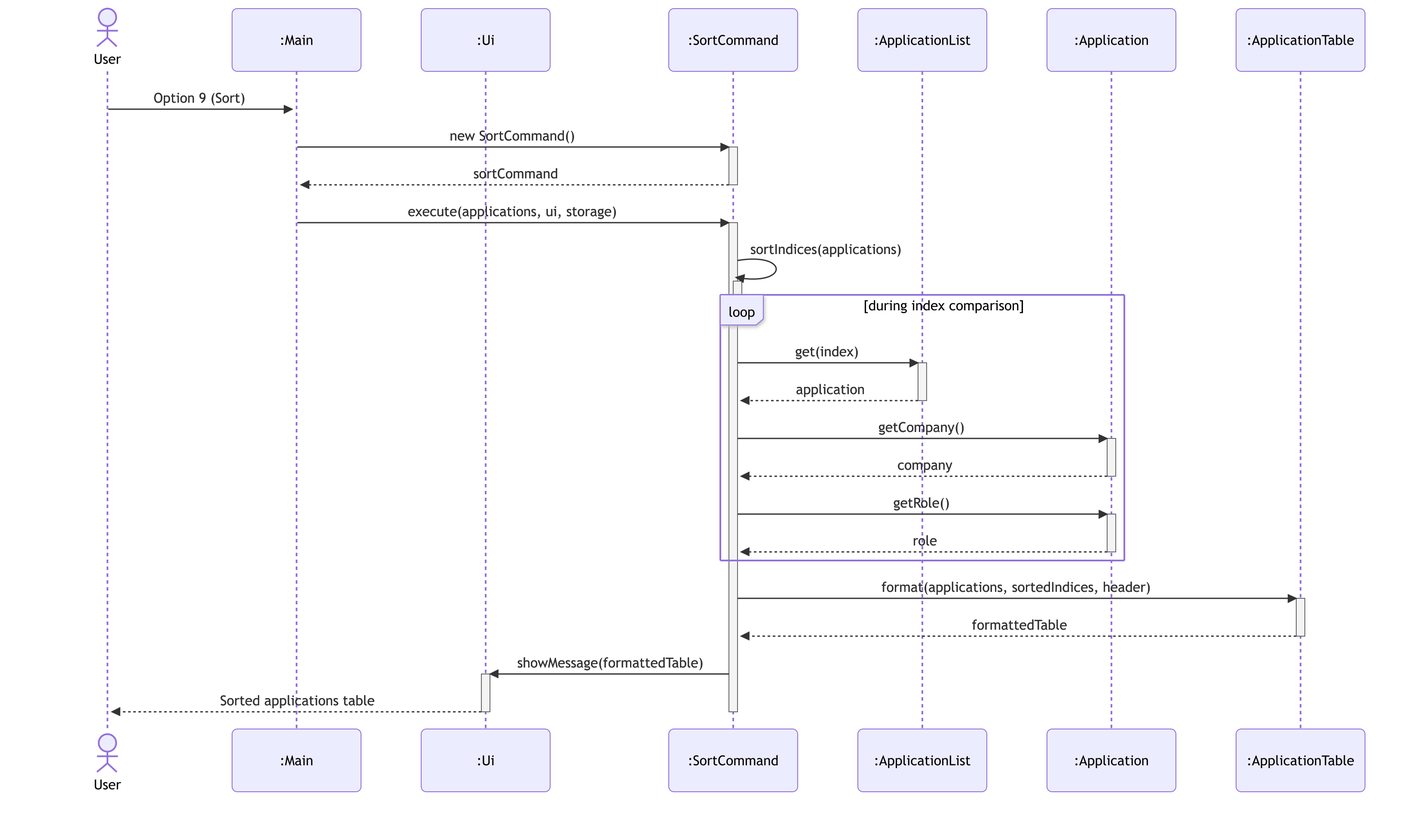
Before: docs/diagrams/sort-sequence.png, a diagram exported from Mermaid (AY2627S1-CS2113-T10-2/tp). Its source is kept beside it as docs/diagrams/sources/sort-sequence.mmd.
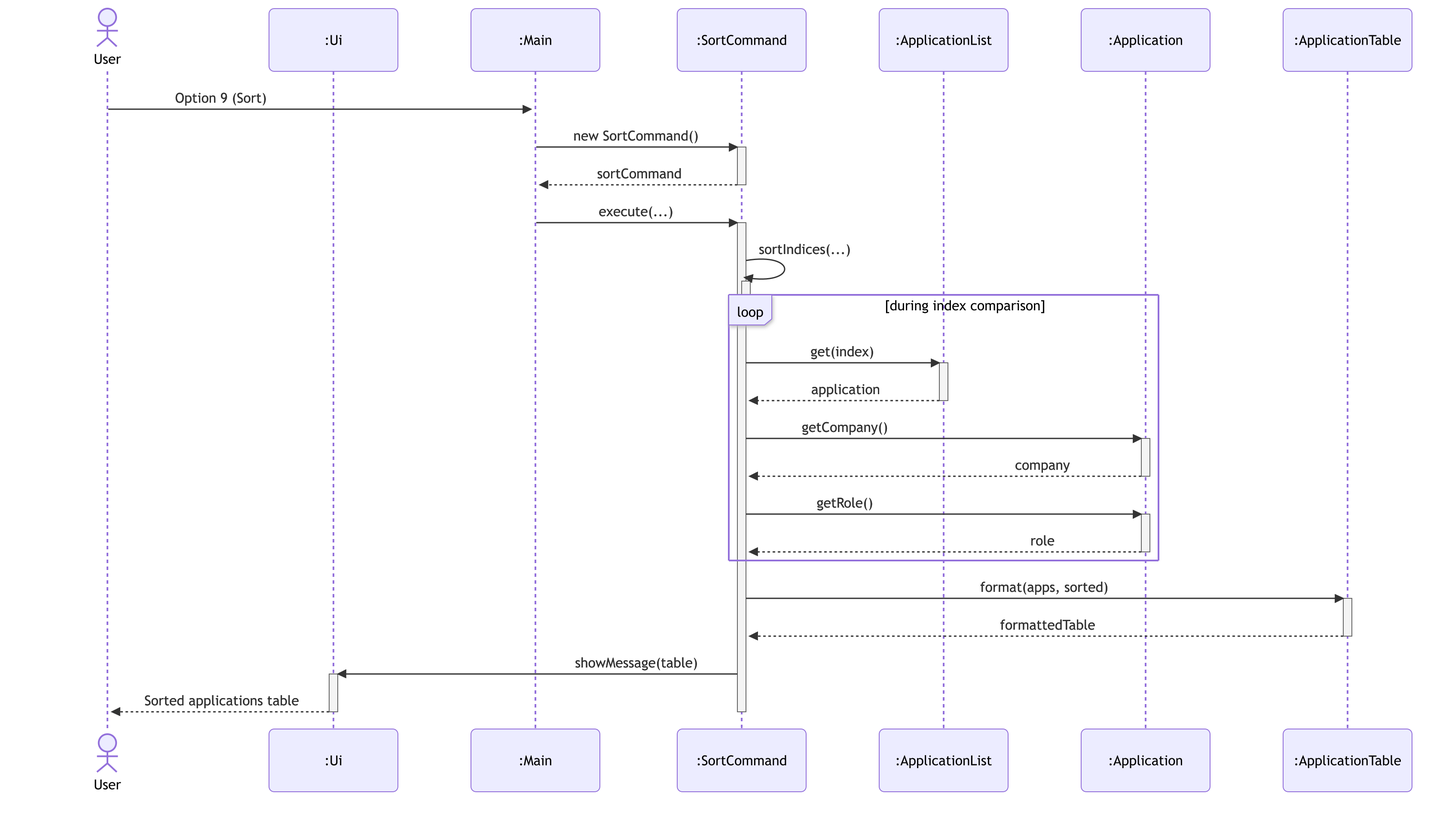
Later version of the same file.

The edit, as a diff of the source:
```diff
@@ -1,8 +1,8 @@
-%%{init: {'theme': 'default', 'sequence': {'actorMargin': 70, 'messageMargin': 45}}}%%
+%%{init: {'theme': 'default', 'sequence': {'actorMargin': 85, 'messageMargin': 45}}}%%
 sequenceDiagram
     actor user as User
+    participant ui as :Ui
     participant main as :Main
-    participant ui as :Ui
     participant cmd as :SortCommand
     participant list as :ApplicationList
     participant app as :Application
@@ -13,10 +13,10 @@
     activate cmd
     cmd-->>main: sortCommand
     deactivate cmd
-    main->>cmd: execute(applications, ui, storage)
+    main->>cmd: execute(...)
     activate cmd
 
-    cmd->>cmd: sortIndices(applications)
+    cmd->>cmd: sortIndices(...)
     activate cmd
     deactivate cmd
 
@@ -35,11 +35,11 @@
         deactivate app
     end
 
-    cmd->>table: format(applications, sortedIndices, header)
+    cmd->>table: format(apps, sorted)
     activate table
     table-->>cmd: formattedTable
     deactivate table
-    cmd->>ui: showMessage(formattedTable)
+    cmd->>ui: showMessage(table)
     activate ui
     ui-->>user: Sorted applications table
     deactivate ui
```
